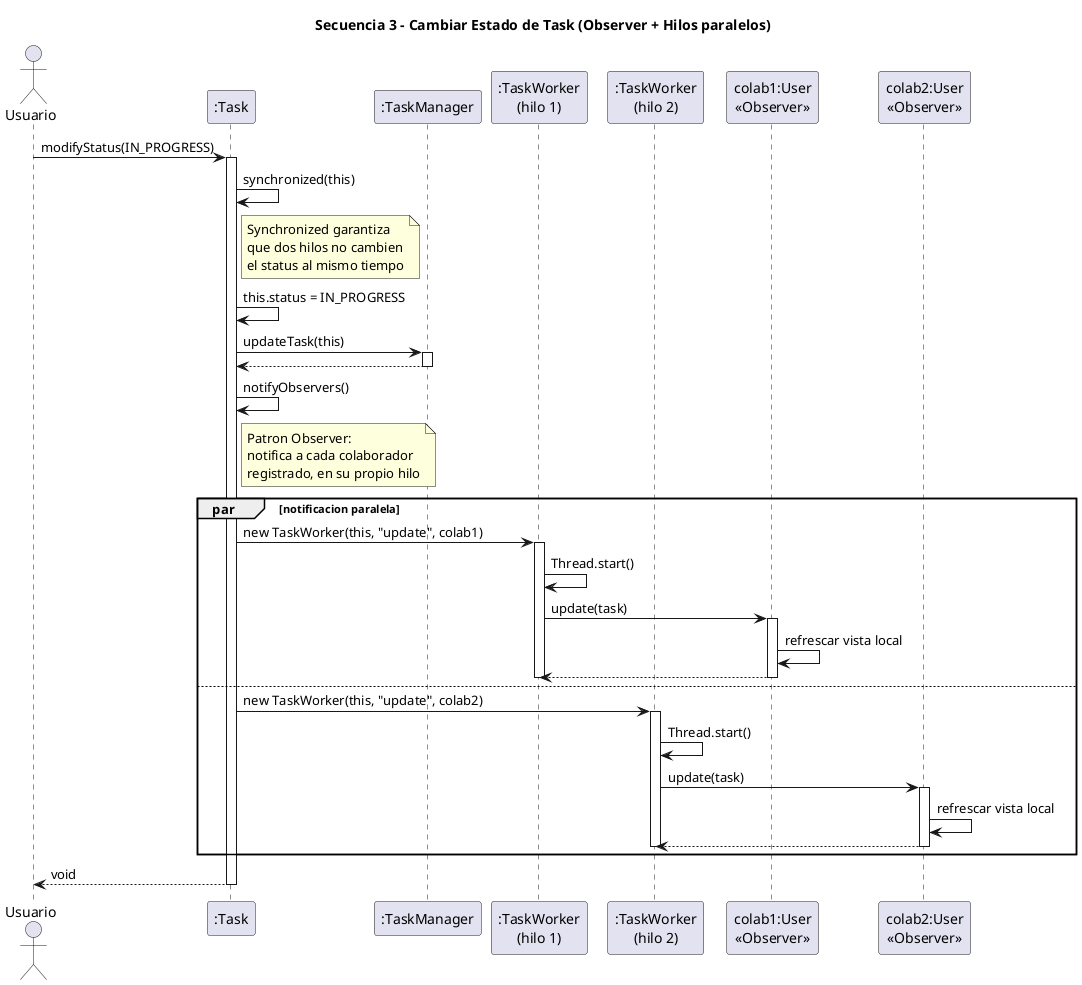
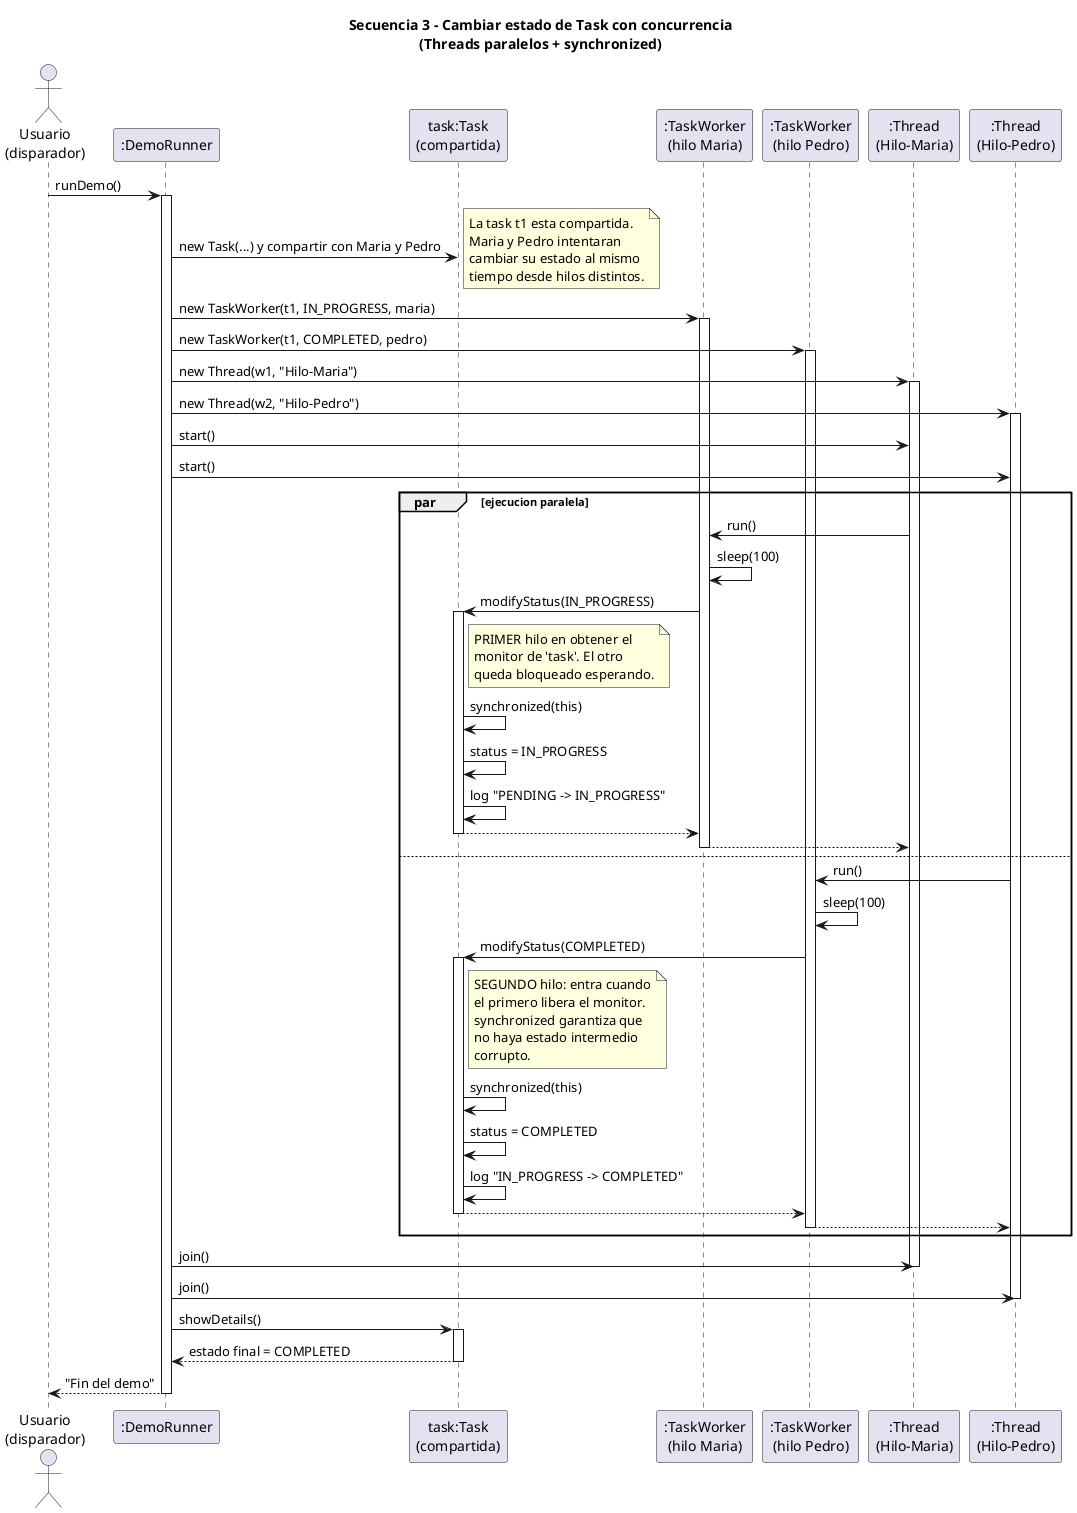
@startuml SecuenciaCambiarEstado
- title Secuencia 3 - Cambiar Estado de Task (Observer + Hilos paralelos)
+ title Secuencia 3 - Cambiar estado de Task con concurrencia\n(Threads paralelos + synchronized)

- actor "Usuario" as U
- participant ":Task" as task
- participant ":TaskManager" as manager
- participant ":TaskWorker\n(hilo 1)" as w1
- participant ":TaskWorker\n(hilo 2)" as w2
- participant "colab1:User\n<<Observer>>" as c1
- participant "colab2:User\n<<Observer>>" as c2
+ actor "Usuario\n(disparador)" as U
+ participant ":DemoRunner" as demo
+ participant "task:Task\n(compartida)" as task
+ participant ":TaskWorker\n(hilo Maria)" as w1
+ participant ":TaskWorker\n(hilo Pedro)" as w2
+ participant ":Thread\n(Hilo-Maria)" as t1
+ participant ":Thread\n(Hilo-Pedro)" as t2

- U -> task : modifyStatus(IN_PROGRESS)
- activate task
+ U -> demo : runDemo()
+ activate demo

- task -> task : synchronized(this)
- note right of task
-   Synchronized garantiza
-   que dos hilos no cambien
-   el status al mismo tiempo
- end note
- task -> task : this.status = IN_PROGRESS
- 
- task -> manager : updateTask(this)
- activate manager
- manager --> task
- deactivate manager
- 
- task -> task : notifyObservers()
- note right of task
-   Patron Observer:
-   notifica a cada colaborador
-   registrado, en su propio hilo
+ demo -> task : new Task(...) y compartir con Maria y Pedro
+ note right
+   La task t1 esta compartida.
+   Maria y Pedro intentaran
+   cambiar su estado al mismo
+   tiempo desde hilos distintos.
end note

- ' === EJECUCION PARALELA DE HILOS ===
- par notificacion paralela
-   task -> w1 : new TaskWorker(this, "update", colab1)
-   activate w1
-   w1 -> w1 : Thread.start()
-   w1 -> c1 : update(task)
-   activate c1
-   c1 -> c1 : refrescar vista local
-   c1 --> w1
-   deactivate c1
+ demo -> w1 : new TaskWorker(t1, IN_PROGRESS, maria)
+ activate w1
+ demo -> w2 : new TaskWorker(t1, COMPLETED, pedro)
+ activate w2
+ 
+ demo -> t1 : new Thread(w1, "Hilo-Maria")
+ activate t1
+ demo -> t2 : new Thread(w2, "Hilo-Pedro")
+ activate t2
+ 
+ ' === ARRANQUE DE LOS HILOS ===
+ demo -> t1 : start()
+ demo -> t2 : start()
+ 
+ ' === EJECUCION CONCURRENTE ===
+ par ejecucion paralela
+   t1 -> w1 : run()
+   w1 -> w1 : sleep(100)
+   w1 -> task : modifyStatus(IN_PROGRESS)
+   activate task
+   note right of task
+     PRIMER hilo en obtener el
+     monitor de 'task'. El otro
+     queda bloqueado esperando.
+   end note
+   task -> task : synchronized(this)
+   task -> task : status = IN_PROGRESS
+   task -> task : log "PENDING -> IN_PROGRESS"
+   task --> w1
+   deactivate task
+   w1 --> t1
  deactivate w1
else
-   task -> w2 : new TaskWorker(this, "update", colab2)
-   activate w2
-   w2 -> w2 : Thread.start()
-   w2 -> c2 : update(task)
-   activate c2
-   c2 -> c2 : refrescar vista local
-   c2 --> w2
-   deactivate c2
+   t2 -> w2 : run()
+   w2 -> w2 : sleep(100)
+   w2 -> task : modifyStatus(COMPLETED)
+   activate task
+   note right of task
+     SEGUNDO hilo: entra cuando
+     el primero libera el monitor.
+     synchronized garantiza que
+     no haya estado intermedio
+     corrupto.
+   end note
+   task -> task : synchronized(this)
+   task -> task : status = COMPLETED
+   task -> task : log "IN_PROGRESS -> COMPLETED"
+   task --> w2
+   deactivate task
+   w2 --> t2
  deactivate w2
end

- task --> U : void
+ demo -> t1 : join()
+ deactivate t1
+ demo -> t2 : join()
+ deactivate t2
+ 
+ demo -> task : showDetails()
+ activate task
+ task --> demo : estado final = COMPLETED
deactivate task

+ demo --> U : "Fin del demo"
+ deactivate demo
+ 
@enduml
